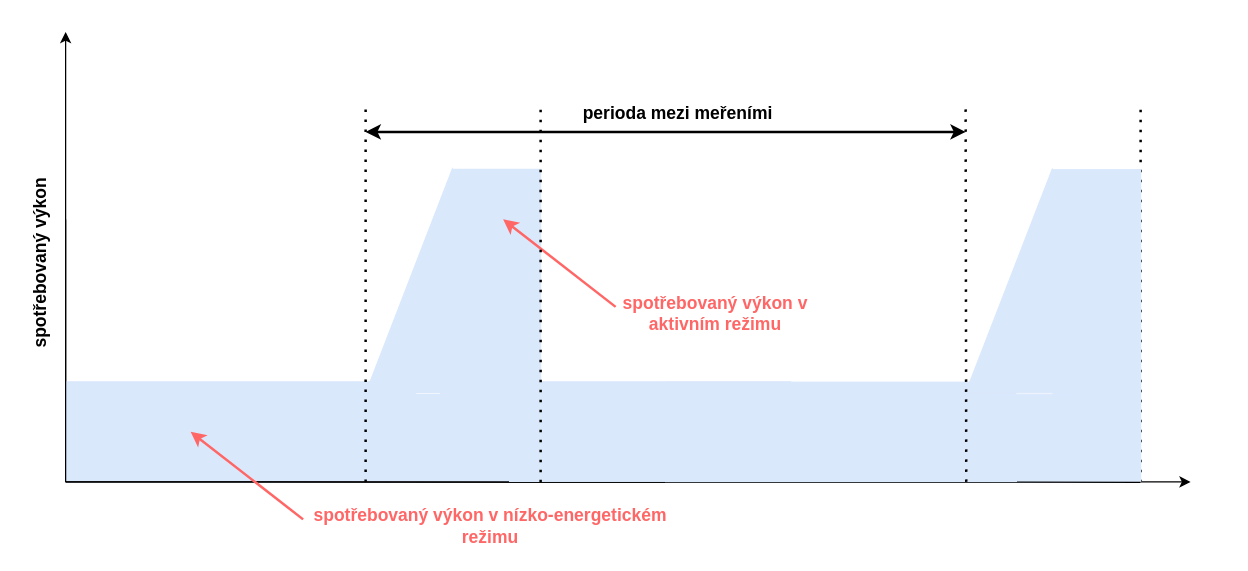
Doly02/thesis keeps this draw.io diagram as diagrams/low_power_modes/low_power_modes.drawio. Above is the earlier version. Source tidied: cells renumbered, new cells numbered last; positions are measured from the earlier drawing's top-left corner, leaving out a move shared by most shapes. Both pictures are drawn from the tidied source at 125%, with x=0, y=0 at pixel (-60, 31).
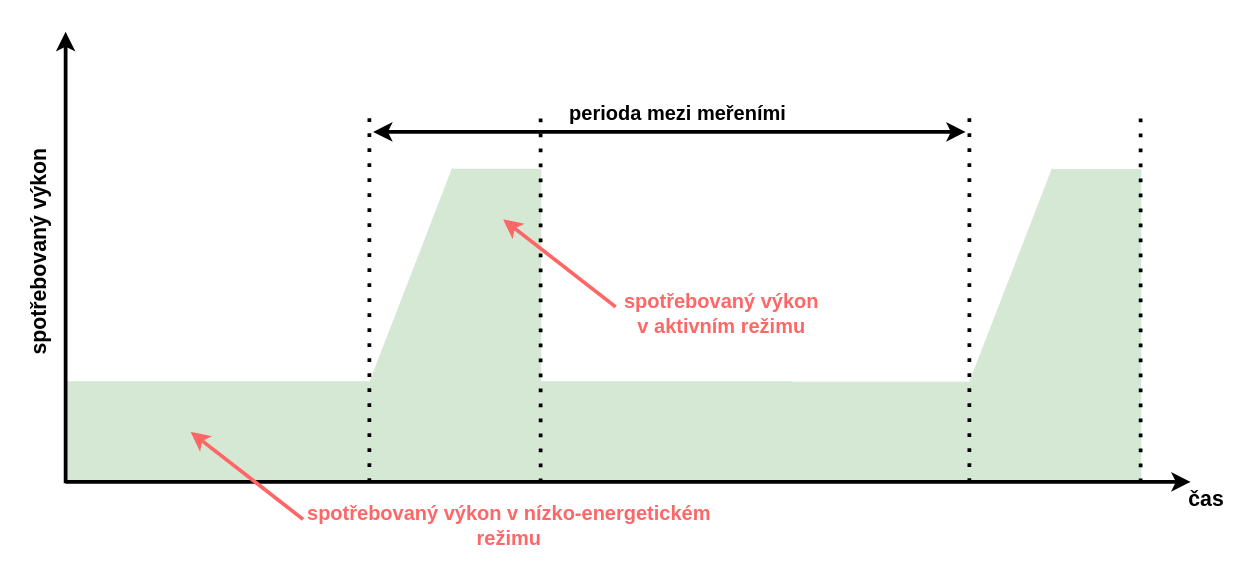
Above is the later version.

Unchanged cells that the change refers to:
```xml
<mxCell id="5" style="group;" parent="1" vertex="1">
  <mxGeometry x="100" y="109.7" width="380" height="250.3" as="geometry" />
</mxCell>
```

The edit, as a diff of the source:
```diff
@@
-    <mxCell id="2" style="endArrow=classic;html=1;rounded=0;" parent="1" edge="1">
-      <mxGeometry relative="1" as="geometry">
-        <mxPoint x="100" y="360" as="sourcePoint" />
-        <mxPoint x="100" as="targetPoint" />
-      </mxGeometry>
-    </mxCell>
-    <mxCell id="3" style="endArrow=classic;html=1;rounded=0;" parent="1" edge="1">
-      <mxGeometry relative="1" as="geometry">
-        <mxPoint x="100" y="360" as="sourcePoint" />
-        <mxPoint x="1000" y="360" as="targetPoint" />
-      </mxGeometry>
-    </mxCell>
-    <mxCell id="4" style="rounded=0;whiteSpace=wrap;html=1;fillColor=#DAE8FC;strokeColor=#DAE8FC;" parent="1" vertex="1">
+    <mxCell id="4" style="rounded=0;whiteSpace=wrap;html=1;fillColor=#D5E8D4;strokeColor=#D5E8D4;" parent="1" vertex="1">
       <mxGeometry x="400" y="280" width="280" height="80" as="geometry" />
     </mxCell>
@@
-    <mxCell id="6" style="rounded=0;whiteSpace=wrap;html=1;fillColor=#DAE8FC;strokeColor=#DAE8FC;" parent="5" vertex="1">
+    <mxCell id="6" style="rounded=0;whiteSpace=wrap;html=1;fillColor=#D5E8D4;strokeColor=#D5E8D4;" parent="5" vertex="1">
       <mxGeometry y="170.3" width="280" height="80" as="geometry" />
     </mxCell>
-    <mxCell id="7" style="triangle;whiteSpace=wrap;html=1;rotation=-90;fillColor=#dae8fc;strokeColor=#DAE8FC;" parent="5" vertex="1">
+    <mxCell id="7" style="triangle;whiteSpace=wrap;html=1;rotation=-90;fillColor=#D5E8D4;strokeColor=#D5E8D4;" parent="5" vertex="1">
       <mxGeometry x="220" y="20.3" width="178.8" height="138.2" as="geometry" />
     </mxCell>
-    <mxCell id="8" style="rounded=0;whiteSpace=wrap;html=1;fillColor=#dae8fc;strokeColor=#DAE8FC;" parent="5" vertex="1">
+    <mxCell id="8" style="rounded=0;whiteSpace=wrap;html=1;fillColor=#D5E8D4;strokeColor=#D5E8D4;" parent="5" vertex="1">
       <mxGeometry x="310" y="0.3" width="70" height="250" as="geometry" />
     </mxCell>
-    <mxCell id="9" style="rounded=0;whiteSpace=wrap;html=1;fillColor=#DAE8FC;strokeColor=#DAE8FC;" parent="5" vertex="1">
-      <mxGeometry x="260" y="180.3" width="70" height="70" as="geometry" />
+    <mxCell id="9" style="rounded=0;whiteSpace=wrap;html=1;fillColor=#D5E8D4;strokeColor=#D5E8D4;" parent="5" vertex="1">
+      <mxGeometry x="260" y="177" width="70" height="73.3" as="geometry" />
     </mxCell>
-    <mxCell id="10" style="endArrow=none;dashed=1;html=1;dashPattern=1 3;strokeWidth=2;rounded=0;exitX=0.75;exitY=1;exitDx=0;exitDy=0;" parent="5" edge="1">
-      <mxGeometry relative="1" as="geometry">
-        <mxPoint x="240" y="250.3" as="sourcePoint" />
-        <mxPoint x="240" y="-49.7" as="targetPoint" />
-      </mxGeometry>
-    </mxCell>
-    <mxCell id="11" style="endArrow=classic;html=1;rounded=0;strokeWidth=2;strokeColor=#FF6666;" parent="5" edge="1">
+    <mxCell id="11" style="endArrow=classic;html=1;rounded=0;strokeWidth=3;strokeColor=#FF6666;" parent="5" edge="1">
       <mxGeometry relative="1" as="geometry">
         <mxPoint x="440" y="110.3" as="sourcePoint" />
         <mxPoint x="350" y="40.3" as="targetPoint" />
       </mxGeometry>
     </mxCell>
-    <mxCell id="12" style="endArrow=none;dashed=1;html=1;dashPattern=1 3;strokeWidth=2;rounded=0;exitX=0.75;exitY=1;exitDx=0;exitDy=0;" parent="1" edge="1">
-      <mxGeometry relative="1" as="geometry">
-        <mxPoint x="960" y="360.3" as="sourcePoint" />
-        <mxPoint x="960" y="60.3" as="targetPoint" />
-      </mxGeometry>
-    </mxCell>
+    <mxCell id="28" style="endArrow=none;dashed=1;html=1;dashPattern=1 3;strokeWidth=3;rounded=0;exitX=0.75;exitY=1;exitDx=0;exitDy=0;" parent="5" edge="1">
+      <mxGeometry relative="1" as="geometry">
+        <mxPoint x="243" y="250.3" as="sourcePoint" />
+        <mxPoint x="243" y="-49.7" as="targetPoint" />
+      </mxGeometry>
+    </mxCell>
-    <mxCell id="13" style="endArrow=none;dashed=1;html=1;dashPattern=1 3;strokeWidth=2;rounded=0;exitX=0.75;exitY=1;exitDx=0;exitDy=0;" parent="1" edge="1">
+    <mxCell id="13" style="endArrow=none;dashed=1;html=1;dashPattern=1 3;strokeWidth=3;rounded=0;exitX=0.75;exitY=1;exitDx=0;exitDy=0;" parent="1" edge="1">
       <mxGeometry relative="1" as="geometry">
         <mxPoint x="480" y="360.3" as="sourcePoint" />
         <mxPoint x="480" y="60.3" as="targetPoint" />
       </mxGeometry>
     </mxCell>
@@
-    <mxCell id="15" style="endArrow=none;html=1;rounded=0;exitX=0;exitY=1;exitDx=0;exitDy=0;" parent="1" edge="1" source="6">
-      <mxGeometry relative="1" as="geometry">
-        <mxPoint x="100" y="150" as="targetPoint" />
-      </mxGeometry>
-    </mxCell>
-    <mxCell id="16" style="endArrow=classic;startArrow=classic;html=1;rounded=0;strokeWidth=2;" parent="1" edge="1">
+    <mxCell id="16" style="endArrow=classic;startArrow=classic;html=1;rounded=0;strokeWidth=3;" parent="1" edge="1">
       <mxGeometry relative="1" as="geometry">
-        <mxPoint x="340" y="80" as="sourcePoint" />
+        <mxPoint x="346" y="80" as="sourcePoint" />
         <mxPoint x="820" y="80" as="targetPoint" />
       </mxGeometry>
     </mxCell>
-    <mxCell id="17" value="&lt;font style=&quot;font-size: 14px;&quot;&gt;&lt;b&gt;perioda mezi meřeními&lt;/b&gt;&lt;/font&gt;" style="text;html=1;align=center;verticalAlign=middle;whiteSpace=wrap;rounded=0;" parent="1" vertex="1">
+    <mxCell id="17" value="&lt;font style=&quot;font-size: 16px;&quot;&gt;&lt;b style=&quot;&quot;&gt;perioda mezi meřeními&lt;/b&gt;&lt;/font&gt;" style="text;html=1;align=center;verticalAlign=middle;whiteSpace=wrap;rounded=0;" parent="1" vertex="1">
       <mxGeometry x="500" y="50" width="180" height="30" as="geometry" />
     </mxCell>
-    <mxCell id="18" value="&lt;font style=&quot;font-size: 14px;&quot;&gt;&lt;b&gt;spotřebovaný výkon&lt;/b&gt;&lt;/font&gt;" style="text;html=1;align=center;verticalAlign=middle;whiteSpace=wrap;rounded=0;rotation=-90;" parent="1" vertex="1">
-      <mxGeometry y="170" width="160" height="30" as="geometry" />
+    <mxCell id="18" value="&lt;font style=&quot;font-size: 17px;&quot;&gt;&lt;b style=&quot;&quot;&gt;spotřebovaný výkon&lt;/b&gt;&lt;/font&gt;" style="text;html=1;align=center;verticalAlign=middle;whiteSpace=wrap;rounded=0;rotation=-90;" parent="1" vertex="1">
+      <mxGeometry x="-9" y="161" width="178" height="30" as="geometry" />
     </mxCell>
-    <mxCell id="19" style="rounded=0;whiteSpace=wrap;html=1;fillColor=#DAE8FC;strokeColor=#DAE8FC;" parent="1" vertex="1">
+    <mxCell id="19" style="rounded=0;whiteSpace=wrap;html=1;fillColor=#D5E8D4;strokeColor=#D5E8D4;" parent="1" vertex="1">
       <mxGeometry x="580" y="280.3" width="280" height="80" as="geometry" />
     </mxCell>
-    <mxCell id="20" style="triangle;whiteSpace=wrap;html=1;rotation=-90;fillColor=#dae8fc;strokeColor=#DAE8FC;" parent="1" vertex="1">
+    <mxCell id="20" style="triangle;whiteSpace=wrap;html=1;rotation=-90;fillColor=#D5E8D4;strokeColor=#D5E8D4;" parent="1" vertex="1">
       <mxGeometry x="799.9" y="130.1" width="178.8" height="138.5" as="geometry" />
     </mxCell>
-    <mxCell id="21" style="rounded=0;whiteSpace=wrap;html=1;fillColor=#dae8fc;strokeColor=#DAE8FC;" parent="1" vertex="1">
+    <mxCell id="21" style="rounded=0;whiteSpace=wrap;html=1;fillColor=#D5E8D4;strokeColor=#D5E8D4;" parent="1" vertex="1">
       <mxGeometry x="890" y="110.3" width="70" height="250" as="geometry" />
     </mxCell>
-    <mxCell id="22" style="rounded=0;whiteSpace=wrap;html=1;fillColor=#DAE8FC;strokeColor=#DAE8FC;" parent="1" vertex="1">
+    <mxCell id="22" style="rounded=0;whiteSpace=wrap;html=1;fillColor=#D5E8D4;strokeColor=#D5E8D4;" parent="1" vertex="1">
       <mxGeometry x="840" y="290.3" width="70" height="70" as="geometry" />
     </mxCell>
@@
-    <mxCell id="24" style="endArrow=none;dashed=1;html=1;dashPattern=1 3;strokeWidth=2;rounded=0;exitX=0.75;exitY=1;exitDx=0;exitDy=0;" parent="1" edge="1">
-      <mxGeometry relative="1" as="geometry">
-        <mxPoint x="820.5" y="360" as="sourcePoint" />
-        <mxPoint x="820" y="59.7" as="targetPoint" />
-      </mxGeometry>
-    </mxCell>
-    <mxCell id="25" style="endArrow=classic;html=1;rounded=0;strokeWidth=2;strokeColor=#FF6666;" parent="1" edge="1">
-      <mxGeometry relative="1" as="geometry">
-        <mxPoint x="290" y="390" as="sourcePoint" />
-        <mxPoint x="200" y="320" as="targetPoint" />
-      </mxGeometry>
-    </mxCell>
-    <mxCell id="26" value="&lt;font style=&quot;font-size: 14px; color: rgb(255, 102, 102);&quot;&gt;&lt;b&gt;spotřebovaný výkon v nízko-energetickém režimu&lt;/b&gt;&lt;/font&gt;" style="text;html=1;align=center;verticalAlign=middle;whiteSpace=wrap;rounded=0;" parent="1" vertex="1">
-      <mxGeometry x="290" y="380" width="300" height="30" as="geometry" />
+    <mxCell id="26" value="&lt;font style=&quot;color: rgb(255, 102, 102); font-size: 16px;&quot;&gt;&lt;b style=&quot;&quot;&gt;spotřebovaný výkon v nízko-energetickém režimu&lt;/b&gt;&lt;/font&gt;" style="text;html=1;align=center;verticalAlign=middle;whiteSpace=wrap;rounded=0;" parent="1" vertex="1">
+      <mxGeometry x="290" y="380" width="330" height="30" as="geometry" />
     </mxCell>
-    <mxCell id="27" value="&lt;font style=&quot;font-size: 14px; color: rgb(255, 102, 102);&quot;&gt;&lt;b&gt;spotřebovaný výkon v aktivním režimu&lt;/b&gt;&lt;/font&gt;" style="text;html=1;align=center;verticalAlign=middle;whiteSpace=wrap;rounded=0;fillColor=none;" parent="1" vertex="1">
-      <mxGeometry x="520" y="210" width="200.1" height="30" as="geometry" />
+    <mxCell id="27" value="&lt;font style=&quot;color: rgb(255, 102, 102); font-size: 16px;&quot;&gt;&lt;b style=&quot;&quot;&gt;spotřebovaný výkon v aktivním režimu&lt;/b&gt;&lt;/font&gt;" style="text;html=1;align=center;verticalAlign=middle;whiteSpace=wrap;rounded=0;fillColor=none;" parent="1" vertex="1">
+      <mxGeometry x="540" y="210" width="170" height="30" as="geometry" />
     </mxCell>
+    <mxCell id="3" style="endArrow=classic;html=1;rounded=0;strokeWidth=3;" parent="1" edge="1">
+      <mxGeometry relative="1" as="geometry">
+        <mxPoint x="100" y="360" as="sourcePoint" />
+        <mxPoint x="1000" y="360" as="targetPoint" />
+      </mxGeometry>
+    </mxCell>
+    <mxCell id="25" style="endArrow=classic;html=1;rounded=0;strokeWidth=3;strokeColor=#FF6666;" parent="1" edge="1">
+      <mxGeometry relative="1" as="geometry">
+        <mxPoint x="290" y="390" as="sourcePoint" />
+        <mxPoint x="200" y="320" as="targetPoint" />
+      </mxGeometry>
+    </mxCell>
+    <mxCell id="29" value="&lt;font style=&quot;font-size: 17px;&quot;&gt;&lt;b style=&quot;&quot;&gt;čas&lt;/b&gt;&lt;/font&gt;" style="text;html=1;align=right;verticalAlign=middle;whiteSpace=wrap;rounded=0;" parent="1" vertex="1">
+      <mxGeometry x="949" y="360" width="80" height="30" as="geometry" />
+    </mxCell>
+    <mxCell id="30" style="endArrow=none;dashed=1;html=1;dashPattern=1 3;strokeWidth=3;rounded=0;exitX=0.75;exitY=1;exitDx=0;exitDy=0;" parent="1" edge="1">
+      <mxGeometry relative="1" as="geometry">
+        <mxPoint x="823" y="360" as="sourcePoint" />
+        <mxPoint x="823" y="60" as="targetPoint" />
+      </mxGeometry>
+    </mxCell>
+    <mxCell id="31" style="endArrow=none;dashed=1;html=1;dashPattern=1 3;strokeWidth=3;rounded=0;exitX=0.75;exitY=1;exitDx=0;exitDy=0;" parent="1" edge="1">
+      <mxGeometry relative="1" as="geometry">
+        <mxPoint x="960" y="360.3" as="sourcePoint" />
+        <mxPoint x="960" y="60.3" as="targetPoint" />
+      </mxGeometry>
+    </mxCell>
+    <mxCell id="32" style="rounded=0;whiteSpace=wrap;html=1;fillColor=#D5E8D4;strokeColor=#D5E8D4;" parent="1" vertex="1">
+      <mxGeometry x="846" y="251" width="70" height="73.3" as="geometry" />
+    </mxCell>
+    <mxCell id="15" style="endArrow=none;html=1;rounded=0;exitX=0;exitY=1;exitDx=0;exitDy=0;" parent="1" edge="1" source="6">
+      <mxGeometry relative="1" as="geometry">
+        <mxPoint x="100" y="150" as="targetPoint" />
+      </mxGeometry>
+    </mxCell>
+    <mxCell id="2" style="endArrow=classic;html=1;rounded=0;strokeWidth=3;" parent="1" edge="1">
+      <mxGeometry relative="1" as="geometry">
+        <mxPoint x="100" y="361" as="sourcePoint" />
+        <mxPoint x="100" as="targetPoint" />
+      </mxGeometry>
+    </mxCell>
```
